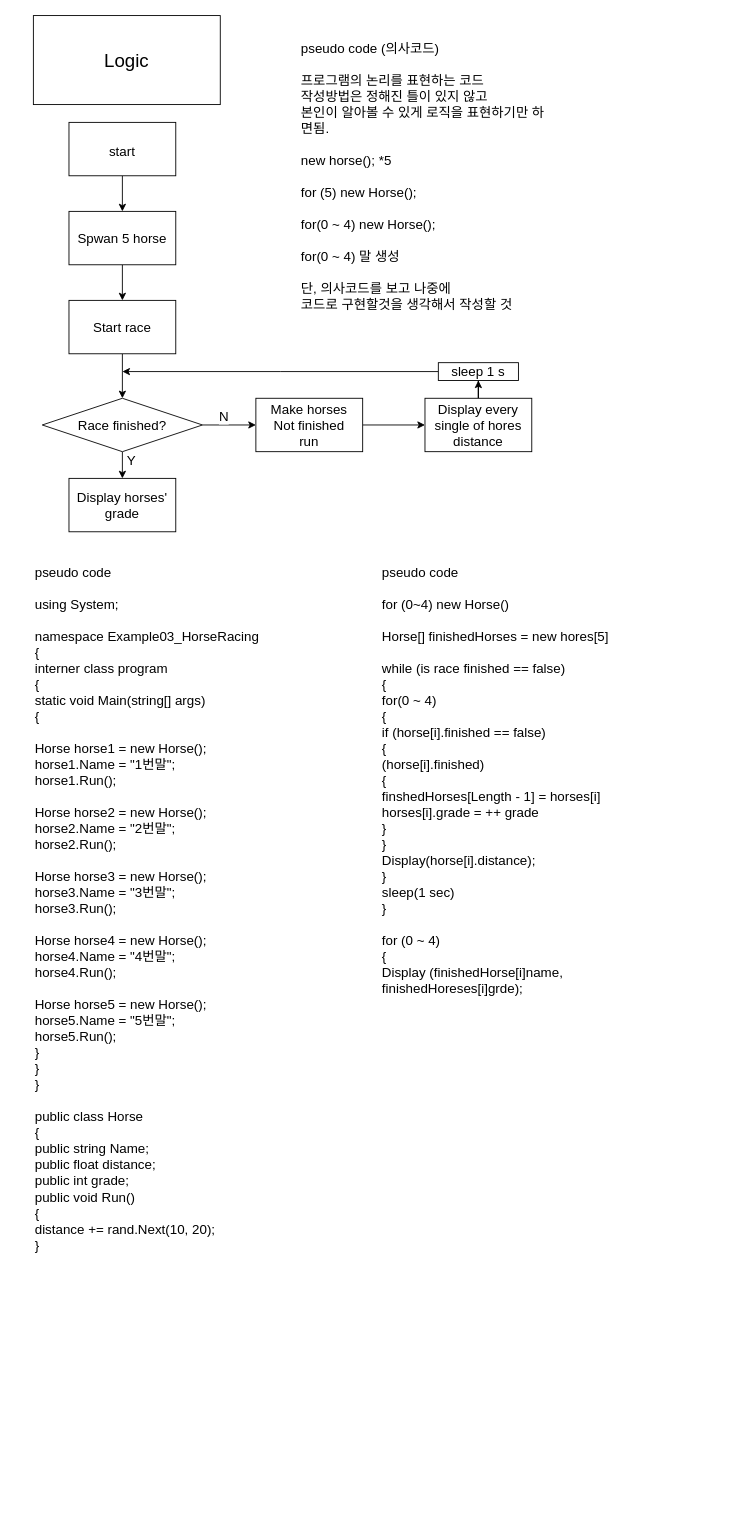
This is Csharp/HorseRacingConcept.drawio from Ahkin0824/UnityEngineBasic_Niwon, a draw.io file, before an edit. Source tidied: cells renumbered, new cells numbered last; positions are measured from the earlier drawing's top-left corner, leaving out a move shared by most shapes. Both pictures are drawn from the tidied source at 89%, with x=0, y=0 at pixel (33, 15).
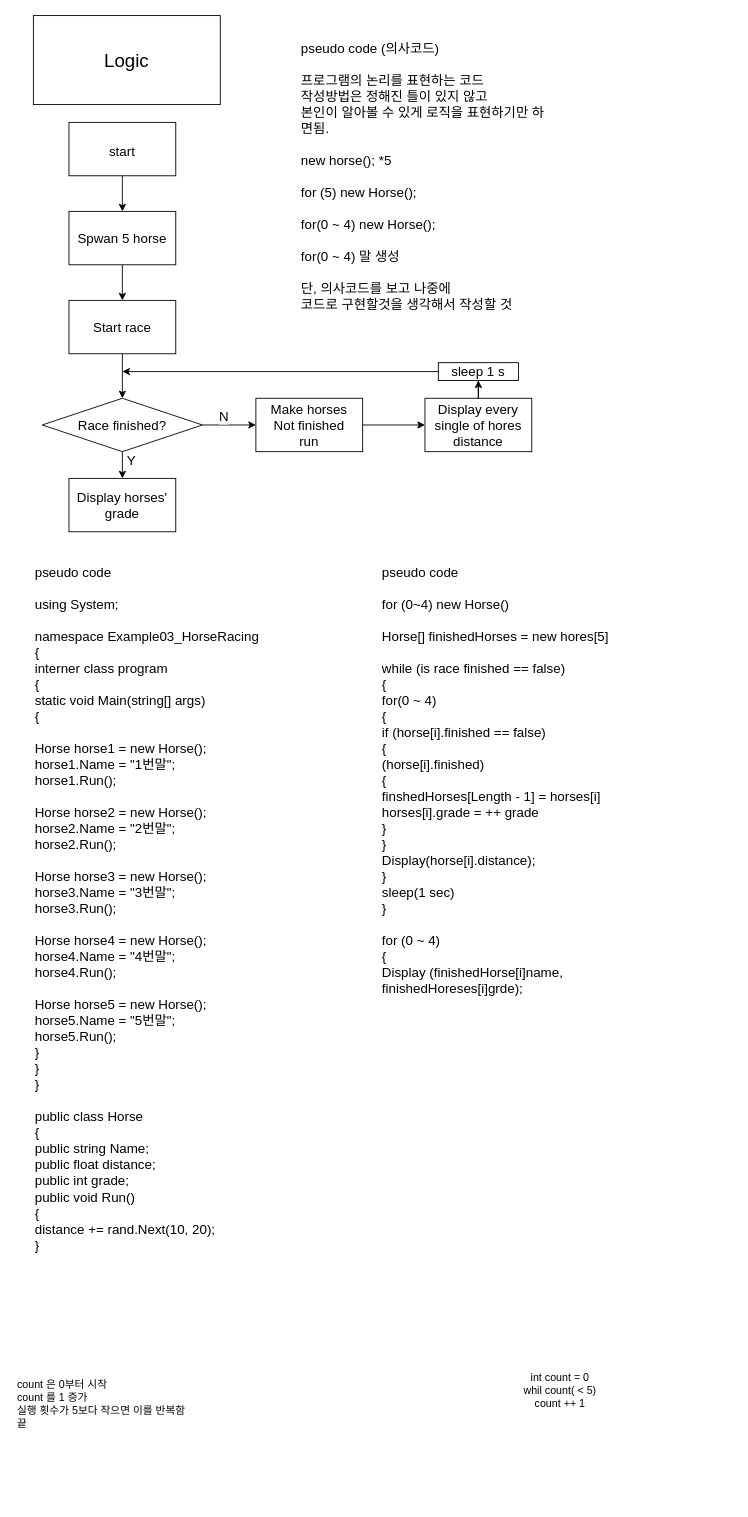
The same diagram, later.

Diff of the diagram source:
```diff
@@
+    <mxCell id="22" value="count 은 0부터 시작&lt;br&gt;count 를 1 증가&lt;br&gt;실행 횟수가 5보다 작으면 이를 반복함&amp;nbsp;&lt;br&gt;&lt;div style=&quot;&quot;&gt;&lt;span style=&quot;background-color: initial;&quot;&gt;끝&lt;/span&gt;&lt;/div&gt;" style="text;html=1;strokeColor=none;fillColor=none;align=left;verticalAlign=middle;whiteSpace=wrap;rounded=0;" parent="1" vertex="1">
+      <mxGeometry x="-20" y="1450" width="380" height="220" as="geometry" />
+    </mxCell>
+    <mxCell id="23" value="int count = 0&lt;br&gt;whil count( &amp;lt; 5)&lt;br&gt;count ++ 1" style="text;html=1;strokeColor=none;fillColor=none;align=center;verticalAlign=middle;whiteSpace=wrap;rounded=0;" parent="1" vertex="1">
+      <mxGeometry x="397" y="1450" width="390" height="190" as="geometry" />
+    </mxCell>
```
